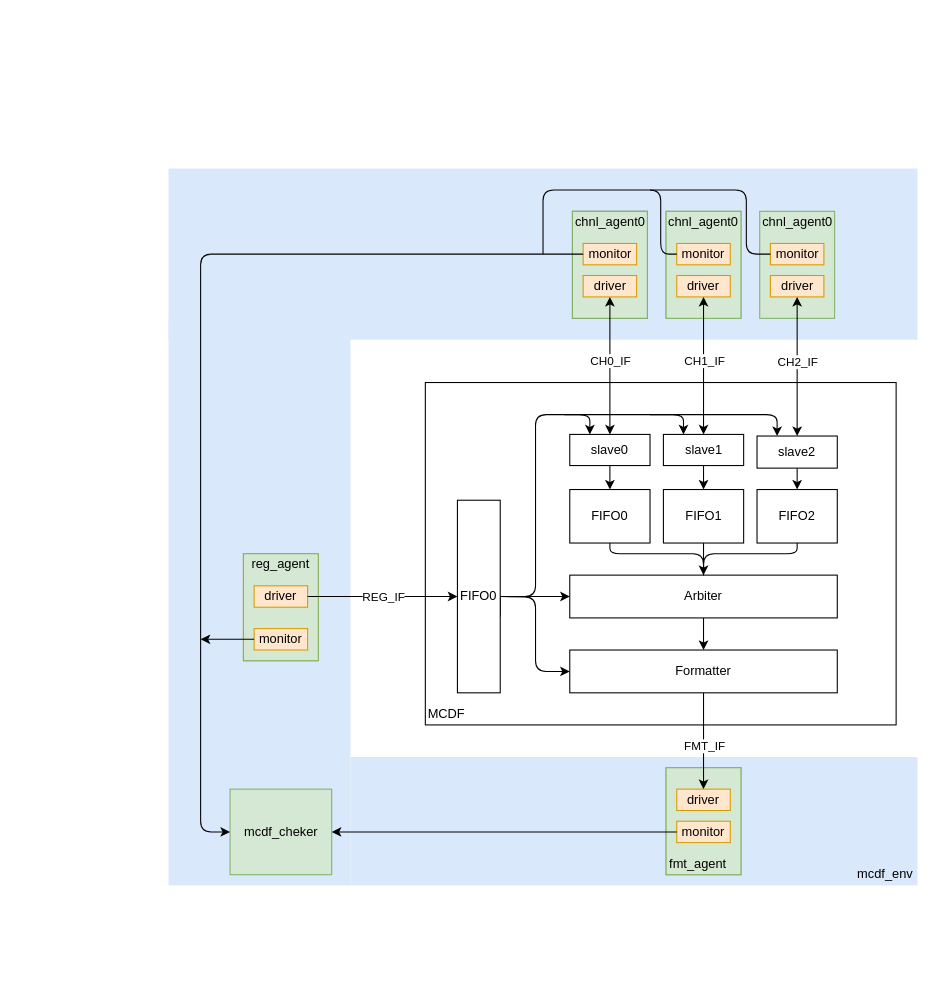
blacklee00/drive_io keeps this draw.io diagram as Untitled Diagram.drawio. Above is the earlier version. Source tidied: cells renumbered, new cells numbered last; positions are measured from the earlier drawing's top-left corner, leaving out a move shared by most shapes. Both pictures are drawn from the tidied source at 107%, with x=0, y=0 at pixel (168, 168).
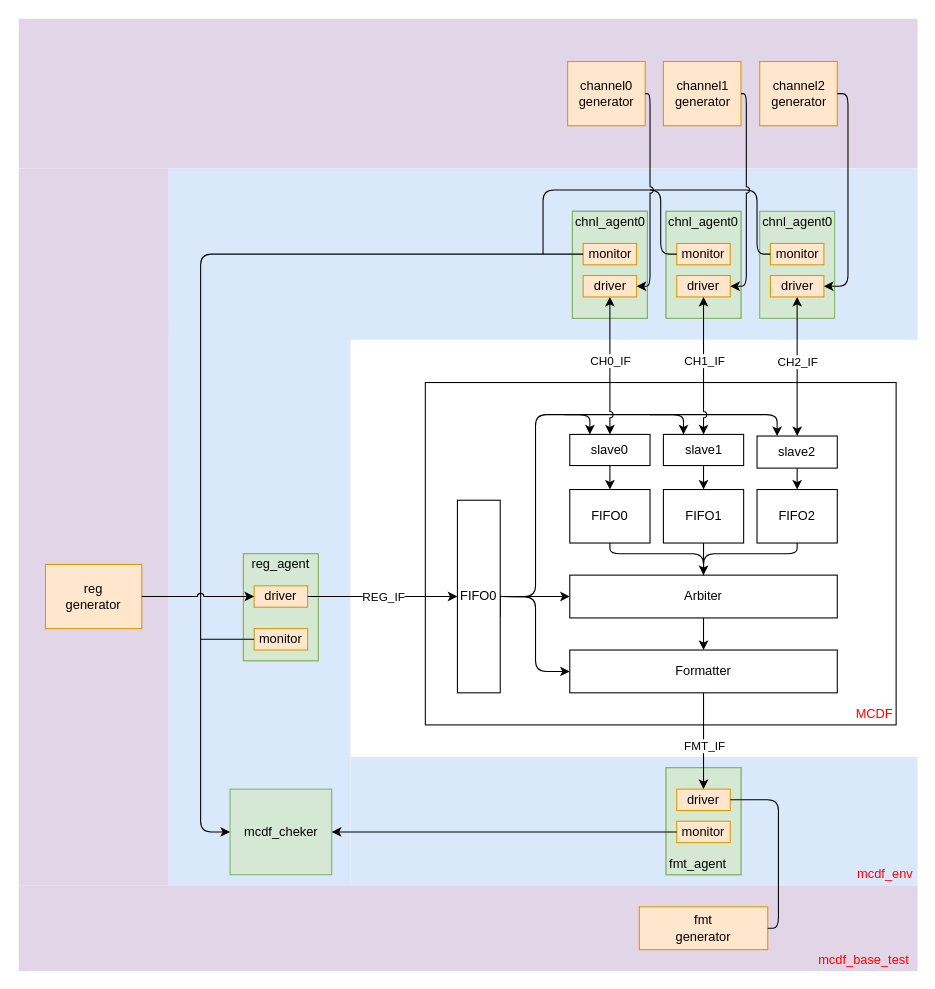
The same diagram, later.

The change refers to these unchanged cells:
```xml
<mxCell id="2" style="group;" parent="1" vertex="1">
  <mxGeometry x="240" y="200" width="440" height="320" as="geometry" />
</mxCell>
<mxCell id="5" value="slave0" style="rounded=0;whiteSpace=wrap;html=1;" parent="2" vertex="1">
  <mxGeometry x="135" y="48.5" width="75" height="29.1" as="geometry" />
</mxCell>
<mxCell id="6" value="slave1" style="rounded=0;whiteSpace=wrap;html=1;" parent="2" vertex="1">
  <mxGeometry x="222.5" y="48.5" width="75" height="29.1" as="geometry" />
</mxCell>
<mxCell id="15" value="slave2" style="rounded=0;whiteSpace=wrap;html=1;" parent="1" vertex="1">
  <mxGeometry x="550" y="250" width="75" height="30" as="geometry" />
</mxCell>
<mxCell id="33" value="driver" style="rounded=0;whiteSpace=wrap;html=1;shadow=0;strokeColor=#d79b00;fillColor=#ffe6cc;" parent="30" vertex="1">
  <mxGeometry x="10" y="60" width="50" height="20" as="geometry" />
</mxCell>
<mxCell id="38" value="driver" style="rounded=0;whiteSpace=wrap;html=1;shadow=0;strokeColor=#d79b00;fillColor=#ffe6cc;" parent="35" vertex="1">
  <mxGeometry x="10" y="60" width="50" height="20" as="geometry" />
</mxCell>
<mxCell id="42" value="monitor" style="rounded=0;whiteSpace=wrap;html=1;shadow=0;strokeColor=#d79b00;fillColor=#ffe6cc;" parent="40" vertex="1">
  <mxGeometry x="10" y="30" width="50" height="20" as="geometry" />
</mxCell>
<mxCell id="43" value="driver" style="rounded=0;whiteSpace=wrap;html=1;shadow=0;strokeColor=#d79b00;fillColor=#ffe6cc;" parent="40" vertex="1">
  <mxGeometry x="10" y="60" width="50" height="20" as="geometry" />
</mxCell>
<mxCell id="54" value="driver" style="rounded=0;whiteSpace=wrap;html=1;shadow=0;strokeColor=#d79b00;fillColor=#ffe6cc;" parent="51" vertex="1">
  <mxGeometry x="10" y="20" width="50" height="20" as="geometry" />
</mxCell>
<mxCell id="60" value="monitor" style="rounded=0;whiteSpace=wrap;html=1;shadow=0;strokeColor=#d79b00;fillColor=#ffe6cc;" parent="58" vertex="1">
  <mxGeometry x="10" y="70" width="50" height="20" as="geometry" />
</mxCell>
<mxCell id="61" value="driver" style="rounded=0;whiteSpace=wrap;html=1;shadow=0;strokeColor=#d79b00;fillColor=#ffe6cc;" parent="58" vertex="1">
  <mxGeometry x="10" y="30" width="50" height="20" as="geometry" />
</mxCell>
```

The edit, as a diff of the source:
```diff
@@
+    <mxCell id="72" style="rounded=0;whiteSpace=wrap;html=1;shadow=0;fillColor=#e1d5e7;strokeColor=none;" parent="1" vertex="1">
+      <mxGeometry x="-140" y="-140" width="840" height="140" as="geometry" />
+    </mxCell>
@@
-    <mxCell id="4" value="MCDF&lt;br&gt;" style="text;html=1;strokeColor=none;fillColor=none;align=center;verticalAlign=middle;whiteSpace=wrap;rounded=0;" parent="2" vertex="1">
-      <mxGeometry y="300.6" width="40" height="19.4" as="geometry" />
+    <mxCell id="4" value="MCDF&lt;br&gt;" style="text;html=1;strokeColor=none;fillColor=none;align=center;verticalAlign=middle;whiteSpace=wrap;rounded=0;fontColor=#FF0000;" parent="2" vertex="1">
+      <mxGeometry x="400" y="300.6" width="40" height="19.4" as="geometry" />
     </mxCell>
@@
-    <mxCell id="45" style="endArrow=classic;html=1;shadow=0;exitX=0.5;exitY=1;exitDx=0;exitDy=0;entryX=0.5;entryY=0;entryDx=0;entryDy=0;startArrow=classic;startFill=1;" parent="1" edge="1" source="33" target="5">
+    <mxCell id="45" style="endArrow=classic;html=1;shadow=0;exitX=0.5;exitY=1;exitDx=0;exitDy=0;entryX=0.5;entryY=0;entryDx=0;entryDy=0;startArrow=classic;startFill=1;jumpStyle=arc;" parent="1" edge="1" source="33" target="5">
       <mxGeometry relative="1" as="geometry" />
     </mxCell>
@@
-    <mxCell id="47" style="endArrow=classic;html=1;shadow=0;entryX=0.5;entryY=0;entryDx=0;entryDy=0;startArrow=classic;startFill=1;exitX=0.5;exitY=1;exitDx=0;exitDy=0;" parent="1" edge="1" source="38" target="6">
+    <mxCell id="47" style="endArrow=classic;html=1;shadow=0;entryX=0.5;entryY=0;entryDx=0;entryDy=0;startArrow=classic;startFill=1;exitX=0.5;exitY=1;exitDx=0;exitDy=0;jumpStyle=arc;" parent="1" edge="1" source="38" target="6">
       <mxGeometry relative="1" as="geometry" />
     </mxCell>
@@
-    <mxCell id="49" style="endArrow=classic;html=1;shadow=0;exitX=0.5;exitY=1;exitDx=0;exitDy=0;entryX=0.5;entryY=0;entryDx=0;entryDy=0;startArrow=classic;startFill=1;" parent="1" edge="1" source="43" target="15">
+    <mxCell id="49" style="endArrow=classic;html=1;shadow=0;exitX=0.5;exitY=1;exitDx=0;exitDy=0;entryX=0.5;entryY=0;entryDx=0;entryDy=0;startArrow=classic;startFill=1;jumpStyle=arc;" parent="1" edge="1" source="43" target="15">
       <mxGeometry relative="1" as="geometry" />
     </mxCell>
@@
     <mxCell id="68" style="endArrow=none;html=1;shadow=0;entryX=0;entryY=0.5;entryDx=0;entryDy=0;edgeStyle=orthogonalEdgeStyle;" parent="1" edge="1" target="42">
       <mxGeometry relative="1" as="geometry">
         <mxPoint x="450" y="20" as="sourcePoint" />
         <Array as="points">
-          <mxPoint x="540" y="20" />
-          <mxPoint x="540" y="80" />
+          <mxPoint x="550" y="20" />
+          <mxPoint x="550" y="80" />
         </Array>
       </mxGeometry>
     </mxCell>
-    <mxCell id="69" style="endArrow=none;html=1;shadow=0;entryX=0;entryY=0.5;entryDx=0;entryDy=0;startArrow=classic;startFill=1;" parent="1" edge="1" target="60">
+    <mxCell id="69" style="endArrow=none;html=1;shadow=0;entryX=0;entryY=0.5;entryDx=0;entryDy=0;startArrow=none;startFill=0;" parent="1" edge="1" target="60">
       <mxGeometry relative="1" as="geometry">
         <mxPoint x="30" y="440" as="sourcePoint" />
       </mxGeometry>
     </mxCell>
@@
-    <mxCell id="71" value="mcdf_env" style="text;html=1;strokeColor=none;fillColor=none;align=center;verticalAlign=middle;whiteSpace=wrap;rounded=0;shadow=0;" parent="1" vertex="1">
+    <mxCell id="71" value="mcdf_env" style="text;html=1;strokeColor=none;fillColor=none;align=center;verticalAlign=middle;whiteSpace=wrap;rounded=0;shadow=0;fontColor=#FF0000;" parent="1" vertex="1">
       <mxGeometry x="650" y="650" width="40" height="20" as="geometry" />
     </mxCell>
+    <mxCell id="73" style="rounded=0;whiteSpace=wrap;html=1;shadow=0;fillColor=#e1d5e7;strokeColor=none;" parent="1" vertex="1">
+      <mxGeometry x="-140" width="140" height="670" as="geometry" />
+    </mxCell>
+    <mxCell id="74" value="channel0&lt;br&gt;generator" style="rounded=0;whiteSpace=wrap;html=1;shadow=0;strokeColor=#d79b00;fillColor=#ffe6cc;" parent="1" vertex="1">
+      <mxGeometry x="373" y="-100" width="72.5" height="60" as="geometry" />
+    </mxCell>
+    <mxCell id="75" style="endArrow=classic;html=1;shadow=0;exitX=1;exitY=0.5;exitDx=0;exitDy=0;entryX=1;entryY=0.5;entryDx=0;entryDy=0;edgeStyle=orthogonalEdgeStyle;jumpStyle=arc;" parent="1" edge="1" source="74" target="33">
+      <mxGeometry relative="1" as="geometry">
+        <Array as="points">
+          <mxPoint x="450" y="110" />
+        </Array>
+      </mxGeometry>
+    </mxCell>
+    <mxCell id="76" value="channel1&lt;br&gt;generator" style="rounded=0;whiteSpace=wrap;html=1;shadow=0;strokeColor=#d79b00;fillColor=#ffe6cc;" parent="1" vertex="1">
+      <mxGeometry x="462.5" y="-100" width="72.5" height="60" as="geometry" />
+    </mxCell>
+    <mxCell id="77" value="channel2&lt;br&gt;generator" style="rounded=0;whiteSpace=wrap;html=1;shadow=0;strokeColor=#d79b00;fillColor=#ffe6cc;" parent="1" vertex="1">
+      <mxGeometry x="552.5" y="-100" width="72.5" height="60" as="geometry" />
+    </mxCell>
+    <mxCell id="78" style="endArrow=classic;html=1;shadow=0;exitX=1;exitY=0.5;exitDx=0;exitDy=0;entryX=1;entryY=0.5;entryDx=0;entryDy=0;edgeStyle=orthogonalEdgeStyle;jumpStyle=arc;" parent="1" edge="1" source="76" target="38">
+      <mxGeometry relative="1" as="geometry">
+        <Array as="points">
+          <mxPoint x="540" y="-70" />
+          <mxPoint x="540" y="110" />
+        </Array>
+      </mxGeometry>
+    </mxCell>
+    <mxCell id="79" style="endArrow=classic;html=1;shadow=0;exitX=1;exitY=0.5;exitDx=0;exitDy=0;entryX=1;entryY=0.5;entryDx=0;entryDy=0;edgeStyle=orthogonalEdgeStyle;" parent="1" edge="1" source="77" target="43">
+      <mxGeometry relative="1" as="geometry" />
+    </mxCell>
+    <mxCell id="80" value="reg&lt;br&gt;generator" style="rounded=0;whiteSpace=wrap;html=1;shadow=0;strokeColor=#d79b00;fillColor=#ffe6cc;" parent="1" vertex="1">
+      <mxGeometry x="-115" y="370" width="90" height="60" as="geometry" />
+    </mxCell>
+    <mxCell id="81" style="endArrow=classic;html=1;shadow=0;exitX=1;exitY=0.5;exitDx=0;exitDy=0;entryX=0;entryY=0.5;entryDx=0;entryDy=0;jumpStyle=arc;" parent="1" edge="1" source="80" target="61">
+      <mxGeometry relative="1" as="geometry" />
+    </mxCell>
+    <mxCell id="82" style="rounded=0;whiteSpace=wrap;html=1;shadow=0;fillColor=#e1d5e7;strokeColor=none;" parent="1" vertex="1">
+      <mxGeometry x="-140" y="670" width="840" height="80" as="geometry" />
+    </mxCell>
+    <mxCell id="83" value="fmt&lt;br&gt;generator" style="rounded=0;whiteSpace=wrap;html=1;shadow=0;strokeColor=#d79b00;fillColor=#ffe6cc;" parent="1" vertex="1">
+      <mxGeometry x="440" y="690" width="120" height="40" as="geometry" />
+    </mxCell>
+    <mxCell id="84" style="endArrow=none;html=1;shadow=0;exitX=1;exitY=0.5;exitDx=0;exitDy=0;entryX=1;entryY=0.5;entryDx=0;entryDy=0;edgeStyle=orthogonalEdgeStyle;" parent="1" edge="1" source="83" target="54">
+      <mxGeometry relative="1" as="geometry" />
+    </mxCell>
+    <mxCell id="85" value="mcdf_base_test" style="text;html=1;strokeColor=none;fillColor=none;align=center;verticalAlign=middle;whiteSpace=wrap;rounded=0;shadow=0;fontColor=#FF0000;" parent="1" vertex="1">
+      <mxGeometry x="630" y="730" width="40" height="20" as="geometry" />
+    </mxCell>
```
